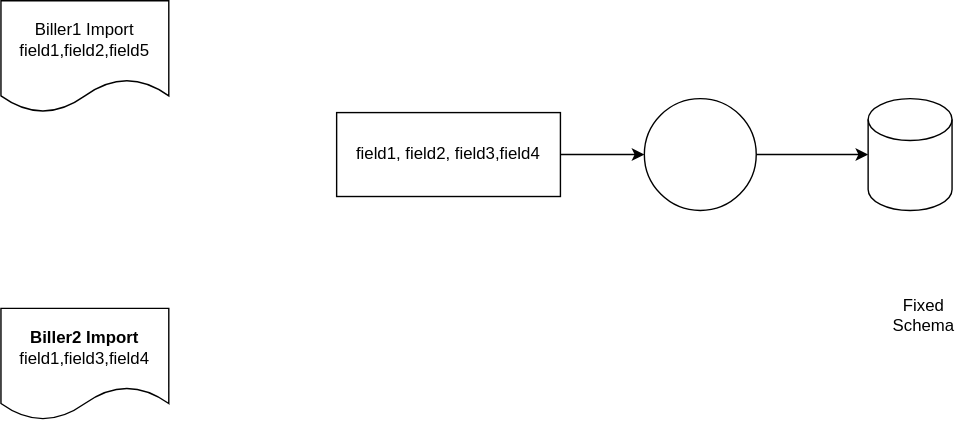
Earlier version of the draw.io export bifimport.svg (vjavle/invoicecloud). Source tidied: cells renumbered, new cells last; positions are measured from the earlier drawing's top-left corner, leaving out a move shared by most shapes. Source of this version:
```xml
<mxGraphModel>
  <root>
    <mxCell id="0" />
    <mxCell id="1" parent="0" />
    <mxCell id="2" value="Biller1 Import&lt;br&gt;field1,field2,field5" style="shape=document;whiteSpace=wrap;html=1;boundedLbl=1;" parent="1" vertex="1">
      <mxGeometry width="120" height="80" as="geometry" />
    </mxCell>
    <mxCell id="3" value="&lt;b&gt;Biller2 Import&lt;/b&gt;&lt;br&gt;field1,field3,field4" style="shape=document;whiteSpace=wrap;html=1;boundedLbl=1;" parent="1" vertex="1">
      <mxGeometry y="220" width="120" height="80" as="geometry" />
    </mxCell>
    <mxCell id="4" style="edgeStyle=orthogonalEdgeStyle;rounded=0;jettySize=auto;html=1;" parent="1" edge="1" source="5" target="9">
      <mxGeometry relative="1" as="geometry" />
    </mxCell>
    <mxCell id="5" value="field1, field2, field3,field4" style="rounded=0;whiteSpace=wrap;html=1;" parent="1" vertex="1">
      <mxGeometry x="240" y="80" width="160" height="60" as="geometry" />
    </mxCell>
    <mxCell id="6" style="shape=cylinder3;whiteSpace=wrap;html=1;boundedLbl=1;backgroundOutline=1;size=15;" parent="1" vertex="1">
      <mxGeometry x="620" y="70" width="60" height="80" as="geometry" />
    </mxCell>
    <mxCell id="7" value="Fixed Schema" style="text;html=1;strokeColor=none;fillColor=none;align=center;verticalAlign=middle;whiteSpace=wrap;rounded=0;" parent="1" vertex="1">
      <mxGeometry x="630" y="210" width="60" height="30" as="geometry" />
    </mxCell>
    <mxCell id="8" style="edgeStyle=orthogonalEdgeStyle;rounded=0;jettySize=auto;html=1;" parent="1" edge="1" source="9" target="6">
      <mxGeometry relative="1" as="geometry" />
    </mxCell>
    <mxCell id="9" style="ellipse;whiteSpace=wrap;html=1;" parent="1" vertex="1">
      <mxGeometry x="460" y="70" width="80" height="80" as="geometry" />
    </mxCell>
  </root>
</mxGraphModel>
```
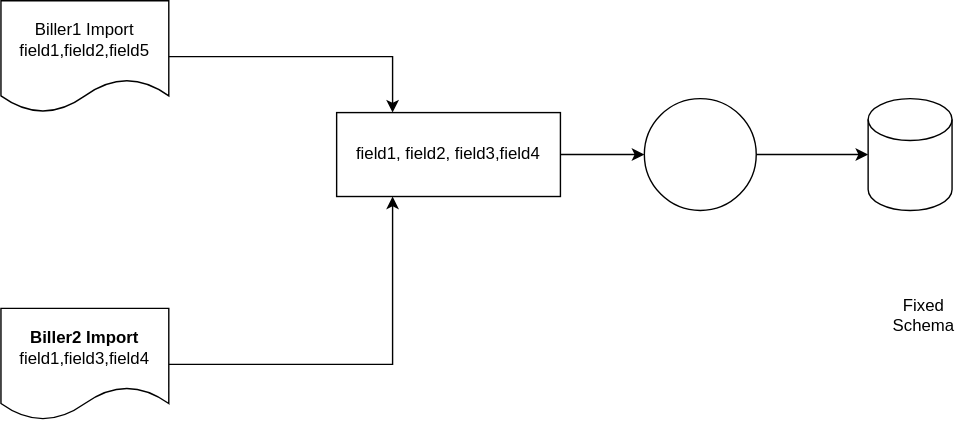
Later version of the same file.

Change to the diagram source:
```diff
@@ -2,9 +2,15 @@
   <root>
     <mxCell id="0" />
     <mxCell id="1" parent="0" />
+    <mxCell id="10" style="edgeStyle=orthogonalEdgeStyle;rounded=0;jettySize=auto;html=1;entryX=0.25;entryY=0;entryDx=0;entryDy=0;" parent="1" edge="1" source="2" target="5">
+      <mxGeometry relative="1" as="geometry" />
+    </mxCell>
     <mxCell id="2" value="Biller1 Import&lt;br&gt;field1,field2,field5" style="shape=document;whiteSpace=wrap;html=1;boundedLbl=1;" parent="1" vertex="1">
       <mxGeometry width="120" height="80" as="geometry" />
     </mxCell>
+    <mxCell id="11" style="edgeStyle=orthogonalEdgeStyle;rounded=0;jettySize=auto;html=1;entryX=0.25;entryY=1;entryDx=0;entryDy=0;" parent="1" edge="1" source="3" target="5">
+      <mxGeometry relative="1" as="geometry" />
+    </mxCell>
     <mxCell id="3" value="&lt;b&gt;Biller2 Import&lt;/b&gt;&lt;br&gt;field1,field3,field4" style="shape=document;whiteSpace=wrap;html=1;boundedLbl=1;" parent="1" vertex="1">
       <mxGeometry y="220" width="120" height="80" as="geometry" />
     </mxCell>
```
